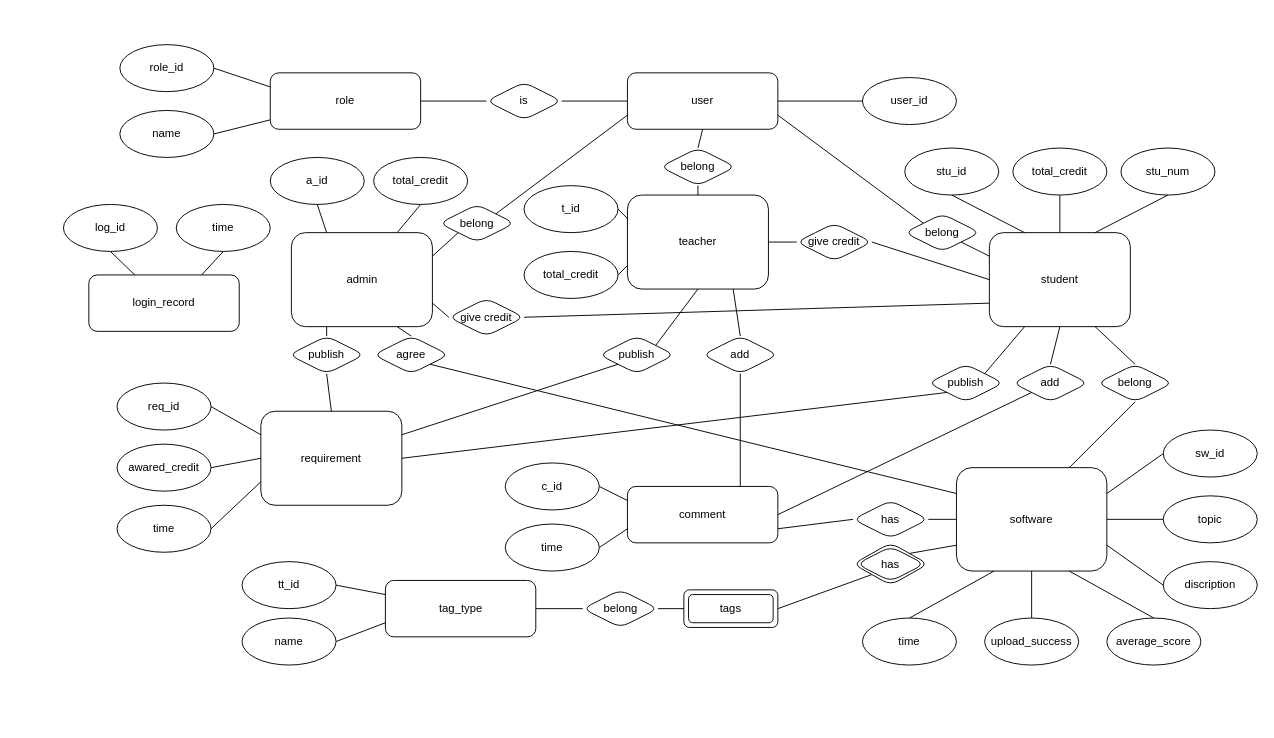
The draw.io diagram ER_Model.drawio in Anna0131/Software-Collections, before the edit. Source tidied: cells renumbered, new cells numbered last; positions are measured from the earlier drawing's top-left corner, leaving out a move shared by most shapes. Both pictures are drawn from the tidied source at 94%, with x=0, y=0 at pixel (63, 44).
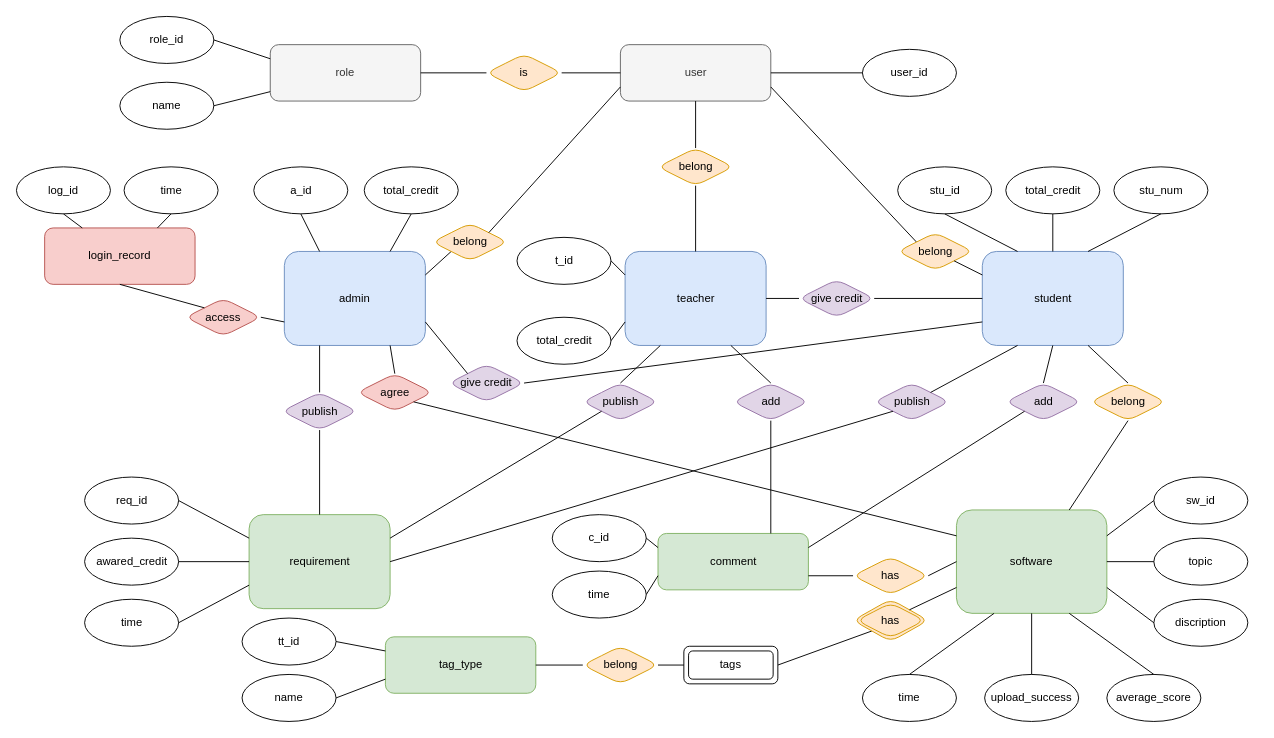
The same page after the edit.

The edit, as a diff of the source:
```diff
@@
-    <mxCell id="2" value="role" style="rounded=1;whiteSpace=wrap;html=1;" parent="1" vertex="1">
-      <mxGeometry x="220" y="30" width="160" height="60" as="geometry" />
+    <mxCell id="2" value="role" style="rounded=1;whiteSpace=wrap;html=1;fillColor=#f5f5f5;strokeColor=#666666;fontColor=#333333;" parent="1" vertex="1">
+      <mxGeometry x="220" width="160" height="60" as="geometry" />
     </mxCell>
     <mxCell id="3" value="role_id" style="ellipse;whiteSpace=wrap;html=1;rounded=1;" parent="1" vertex="1">
-      <mxGeometry x="60" width="100" height="50" as="geometry" />
+      <mxGeometry x="60" y="-30" width="100" height="50" as="geometry" />
     </mxCell>
     <mxCell id="4" value="name" style="ellipse;whiteSpace=wrap;html=1;rounded=1;" parent="1" vertex="1">
-      <mxGeometry x="60" y="70" width="100" height="50" as="geometry" />
+      <mxGeometry x="60" y="40" width="100" height="50" as="geometry" />
     </mxCell>
@@
-    <mxCell id="7" value="user" style="rounded=1;whiteSpace=wrap;html=1;" parent="1" vertex="1">
-      <mxGeometry x="600" y="30" width="160" height="60" as="geometry" />
+    <mxCell id="7" value="user" style="rounded=1;whiteSpace=wrap;html=1;fillColor=#f5f5f5;strokeColor=#666666;fontColor=#333333;" parent="1" vertex="1">
+      <mxGeometry x="592.5" width="160" height="60" as="geometry" />
     </mxCell>
     <mxCell id="8" value="user_id" style="ellipse;whiteSpace=wrap;html=1;rounded=1;" parent="1" vertex="1">
-      <mxGeometry x="850" y="35" width="100" height="50" as="geometry" />
+      <mxGeometry x="850" y="5" width="100" height="50" as="geometry" />
     </mxCell>
-    <mxCell id="9" value="is" style="shape=rhombus;perimeter=rhombusPerimeter;whiteSpace=wrap;html=1;align=center;rounded=1;" parent="1" vertex="1">
-      <mxGeometry x="450" y="40" width="80" height="40" as="geometry" />
+    <mxCell id="9" value="is" style="shape=rhombus;perimeter=rhombusPerimeter;whiteSpace=wrap;html=1;align=center;rounded=1;fillColor=#ffe6cc;strokeColor=#d79b00;" parent="1" vertex="1">
+      <mxGeometry x="450" y="10" width="80" height="40" as="geometry" />
     </mxCell>
@@
-    <mxCell id="12" value="teacher" style="rounded=1;whiteSpace=wrap;html=1;" parent="1" vertex="1">
-      <mxGeometry x="600" y="160" width="150" height="100" as="geometry" />
+    <mxCell id="12" value="teacher" style="rounded=1;whiteSpace=wrap;html=1;fillColor=#dae8fc;strokeColor=#6c8ebf;" parent="1" vertex="1">
+      <mxGeometry x="597.5" y="220" width="150" height="100" as="geometry" />
     </mxCell>
     <mxCell id="13" value="total_credit" style="ellipse;whiteSpace=wrap;html=1;rounded=1;" parent="1" vertex="1">
-      <mxGeometry x="490" y="220" width="100" height="50" as="geometry" />
+      <mxGeometry x="482.5" y="290" width="100" height="50" as="geometry" />
     </mxCell>
@@
     <mxCell id="15" value="t_id" style="ellipse;whiteSpace=wrap;html=1;rounded=1;" parent="1" vertex="1">
-      <mxGeometry x="490" y="150" width="100" height="50" as="geometry" />
+      <mxGeometry x="482.5" y="205" width="100" height="50" as="geometry" />
     </mxCell>
@@
-    <mxCell id="17" value="admin" style="rounded=1;whiteSpace=wrap;html=1;" parent="1" vertex="1">
-      <mxGeometry x="242.5" y="200" width="150" height="100" as="geometry" />
+    <mxCell id="17" value="admin" style="rounded=1;whiteSpace=wrap;html=1;fillColor=#dae8fc;strokeColor=#6c8ebf;" parent="1" vertex="1">
+      <mxGeometry x="235" y="220" width="150" height="100" as="geometry" />
     </mxCell>
     <mxCell id="18" value="total_credit" style="ellipse;whiteSpace=wrap;html=1;rounded=1;" parent="1" vertex="1">
-      <mxGeometry x="330" y="120" width="100" height="50" as="geometry" />
+      <mxGeometry x="320" y="130" width="100" height="50" as="geometry" />
     </mxCell>
@@
     <mxCell id="20" value="a_id" style="ellipse;whiteSpace=wrap;html=1;rounded=1;" parent="1" vertex="1">
-      <mxGeometry x="220" y="120" width="100" height="50" as="geometry" />
+      <mxGeometry x="202.5" y="130" width="100" height="50" as="geometry" />
     </mxCell>
@@
-    <mxCell id="22" value="student" style="rounded=1;whiteSpace=wrap;html=1;" parent="1" vertex="1">
-      <mxGeometry x="985" y="200" width="150" height="100" as="geometry" />
+    <mxCell id="22" value="student" style="rounded=1;whiteSpace=wrap;html=1;fillColor=#dae8fc;strokeColor=#6c8ebf;" parent="1" vertex="1">
+      <mxGeometry x="977.5" y="220" width="150" height="100" as="geometry" />
     </mxCell>
     <mxCell id="23" value="stu_num" style="ellipse;whiteSpace=wrap;html=1;rounded=1;" parent="1" vertex="1">
-      <mxGeometry x="1125" y="110" width="100" height="50" as="geometry" />
+      <mxGeometry x="1117.5" y="130" width="100" height="50" as="geometry" />
     </mxCell>
     <mxCell id="24" value="total_credit" style="ellipse;whiteSpace=wrap;html=1;rounded=1;" parent="1" vertex="1">
-      <mxGeometry x="1010" y="110" width="100" height="50" as="geometry" />
+      <mxGeometry x="1002.5" y="130" width="100" height="50" as="geometry" />
     </mxCell>
@@
     <mxCell id="27" value="stu_id" style="ellipse;whiteSpace=wrap;html=1;rounded=1;" parent="1" vertex="1">
-      <mxGeometry x="895" y="110" width="100" height="50" as="geometry" />
+      <mxGeometry x="887.5" y="130" width="100" height="50" as="geometry" />
     </mxCell>
@@
-    <mxCell id="30" value="software" style="rounded=1;whiteSpace=wrap;html=1;" parent="1" vertex="1">
-      <mxGeometry x="950" y="450" width="160" height="110" as="geometry" />
+    <mxCell id="30" value="software" style="rounded=1;whiteSpace=wrap;html=1;fillColor=#d5e8d4;strokeColor=#82b366;" parent="1" vertex="1">
+      <mxGeometry x="950" y="495" width="160" height="110" as="geometry" />
     </mxCell>
     <mxCell id="31" value="discription" style="ellipse;whiteSpace=wrap;html=1;rounded=1;" parent="1" vertex="1">
-      <mxGeometry x="1170" y="550" width="100" height="50" as="geometry" />
+      <mxGeometry x="1160" y="590" width="100" height="50" as="geometry" />
     </mxCell>
     <mxCell id="32" value="topic" style="ellipse;whiteSpace=wrap;html=1;rounded=1;" parent="1" vertex="1">
-      <mxGeometry x="1170" y="480" width="100" height="50" as="geometry" />
+      <mxGeometry x="1160" y="525" width="100" height="50" as="geometry" />
     </mxCell>
@@
     <mxCell id="35" value="sw_id" style="ellipse;whiteSpace=wrap;html=1;rounded=1;" parent="1" vertex="1">
-      <mxGeometry x="1170" y="410" width="100" height="50" as="geometry" />
+      <mxGeometry x="1160" y="460" width="100" height="50" as="geometry" />
     </mxCell>
@@
-    <mxCell id="37" value="tag_type" style="rounded=1;whiteSpace=wrap;html=1;" parent="1" vertex="1">
-      <mxGeometry x="342.5" y="570" width="160" height="60" as="geometry" />
+    <mxCell id="37" value="tag_type" style="rounded=1;whiteSpace=wrap;html=1;fillColor=#d5e8d4;strokeColor=#82b366;" parent="1" vertex="1">
+      <mxGeometry x="342.5" y="630" width="160" height="60" as="geometry" />
     </mxCell>
     <mxCell id="38" value="name" style="ellipse;whiteSpace=wrap;html=1;rounded=1;" parent="1" vertex="1">
-      <mxGeometry x="190" y="610" width="100" height="50" as="geometry" />
+      <mxGeometry x="190" y="670" width="100" height="50" as="geometry" />
     </mxCell>
@@
     <mxCell id="40" value="tt_id" style="ellipse;whiteSpace=wrap;html=1;rounded=1;" parent="1" vertex="1">
-      <mxGeometry x="190" y="550" width="100" height="50" as="geometry" />
+      <mxGeometry x="190" y="610" width="100" height="50" as="geometry" />
     </mxCell>
@@
-    <mxCell id="42" value="belong" style="shape=rhombus;perimeter=rhombusPerimeter;whiteSpace=wrap;html=1;align=center;rounded=1;" parent="1" vertex="1">
-      <mxGeometry x="1100" y="340" width="80" height="40" as="geometry" />
+    <mxCell id="42" value="belong" style="shape=rhombus;perimeter=rhombusPerimeter;whiteSpace=wrap;html=1;align=center;rounded=1;fillColor=#ffe6cc;strokeColor=#d79b00;" parent="1" vertex="1">
+      <mxGeometry x="1092.5" y="360" width="80" height="40" as="geometry" />
     </mxCell>
@@
     <mxCell id="45" value="average_score" style="ellipse;whiteSpace=wrap;html=1;rounded=1;" parent="1" vertex="1">
-      <mxGeometry x="1110" y="610" width="100" height="50" as="geometry" />
+      <mxGeometry x="1110" y="670" width="100" height="50" as="geometry" />
     </mxCell>
     <mxCell id="46" value="upload_success" style="ellipse;whiteSpace=wrap;html=1;rounded=1;" parent="1" vertex="1">
-      <mxGeometry x="980" y="610" width="100" height="50" as="geometry" />
+      <mxGeometry x="980" y="670" width="100" height="50" as="geometry" />
     </mxCell>
     <mxCell id="47" value="time" style="ellipse;whiteSpace=wrap;html=1;rounded=1;" parent="1" vertex="1">
-      <mxGeometry x="850" y="610" width="100" height="50" as="geometry" />
+      <mxGeometry x="850" y="670" width="100" height="50" as="geometry" />
     </mxCell>
@@
     <mxCell id="52" value="tags" style="shape=ext;margin=3;double=1;whiteSpace=wrap;html=1;align=center;rounded=1;" parent="1" vertex="1">
-      <mxGeometry x="660" y="580" width="100" height="40" as="geometry" />
+      <mxGeometry x="660" y="640" width="100" height="40" as="geometry" />
     </mxCell>
@@
-    <mxCell id="56" value="belong" style="shape=rhombus;perimeter=rhombusPerimeter;whiteSpace=wrap;html=1;align=center;rounded=1;" parent="1" vertex="1">
-      <mxGeometry x="895" y="180" width="80" height="40" as="geometry" />
+    <mxCell id="56" value="belong" style="shape=rhombus;perimeter=rhombusPerimeter;whiteSpace=wrap;html=1;align=center;rounded=1;fillColor=#ffe6cc;strokeColor=#d79b00;" parent="1" vertex="1">
+      <mxGeometry x="887.5" y="200" width="80" height="40" as="geometry" />
     </mxCell>
@@
-    <mxCell id="58" value="belong" style="shape=rhombus;perimeter=rhombusPerimeter;whiteSpace=wrap;html=1;align=center;rounded=1;" parent="1" vertex="1">
-      <mxGeometry x="400" y="170" width="80" height="40" as="geometry" />
+    <mxCell id="58" value="belong" style="shape=rhombus;perimeter=rhombusPerimeter;whiteSpace=wrap;html=1;align=center;rounded=1;fillColor=#ffe6cc;strokeColor=#d79b00;" parent="1" vertex="1">
+      <mxGeometry x="392.5" y="190" width="80" height="40" as="geometry" />
     </mxCell>
@@
-    <mxCell id="60" value="comment" style="rounded=1;whiteSpace=wrap;html=1;" parent="1" vertex="1">
-      <mxGeometry x="600" y="470" width="160" height="60" as="geometry" />
+    <mxCell id="60" value="comment" style="rounded=1;whiteSpace=wrap;html=1;fillColor=#d5e8d4;strokeColor=#82b366;" parent="1" vertex="1">
+      <mxGeometry x="632.5" y="520" width="160" height="60" as="geometry" />
     </mxCell>
     <mxCell id="61" value="time" style="ellipse;whiteSpace=wrap;html=1;rounded=1;" parent="1" vertex="1">
-      <mxGeometry x="470" y="510" width="100" height="50" as="geometry" />
+      <mxGeometry x="520" y="560" width="100" height="50" as="geometry" />
     </mxCell>
@@
     <mxCell id="63" value="c_id" style="ellipse;whiteSpace=wrap;html=1;rounded=1;" parent="1" vertex="1">
-      <mxGeometry x="470" y="445" width="100" height="50" as="geometry" />
+      <mxGeometry x="520" y="500" width="100" height="50" as="geometry" />
     </mxCell>
@@
-    <mxCell id="66" value="has" style="shape=rhombus;perimeter=rhombusPerimeter;whiteSpace=wrap;html=1;align=center;rounded=1;" parent="1" vertex="1">
-      <mxGeometry x="840" y="485" width="80" height="40" as="geometry" />
+    <mxCell id="66" value="has" style="shape=rhombus;perimeter=rhombusPerimeter;whiteSpace=wrap;html=1;align=center;rounded=1;fillColor=#ffe6cc;strokeColor=#d79b00;" parent="1" vertex="1">
+      <mxGeometry x="840" y="545" width="80" height="40" as="geometry" />
     </mxCell>
@@
     <mxCell id="68" style="endArrow=none;html=1;rounded=0;exitX=0.5;exitY=0;exitDx=0;exitDy=0;" parent="1" edge="1" source="69">
       <mxGeometry relative="1" as="geometry">
-        <mxPoint x="1060" y="300" as="targetPoint" />
+        <mxPoint x="1052.5" y="320" as="targetPoint" />
       </mxGeometry>
     </mxCell>
-    <mxCell id="69" value="add" style="shape=rhombus;perimeter=rhombusPerimeter;whiteSpace=wrap;html=1;align=center;rounded=1;" parent="1" vertex="1">
-      <mxGeometry x="1010" y="340" width="80" height="40" as="geometry" />
+    <mxCell id="69" value="add" style="shape=rhombus;perimeter=rhombusPerimeter;whiteSpace=wrap;html=1;align=center;rounded=1;fillColor=#e1d5e7;strokeColor=#9673a6;" parent="1" vertex="1">
+      <mxGeometry x="1002.5" y="360" width="80" height="40" as="geometry" />
     </mxCell>
-    <mxCell id="70" value="add" style="shape=rhombus;perimeter=rhombusPerimeter;whiteSpace=wrap;html=1;align=center;rounded=1;" parent="1" vertex="1">
-      <mxGeometry x="680" y="310" width="80" height="40" as="geometry" />
+    <mxCell id="70" value="add" style="shape=rhombus;perimeter=rhombusPerimeter;whiteSpace=wrap;html=1;align=center;rounded=1;fillColor=#e1d5e7;strokeColor=#9673a6;" parent="1" vertex="1">
+      <mxGeometry x="712.5" y="360" width="80" height="40" as="geometry" />
     </mxCell>
-    <mxCell id="71" style="endArrow=none;html=1;rounded=0;exitX=1;exitY=0.5;exitDx=0;exitDy=0;entryX=0;entryY=1;entryDx=0;entryDy=0;" parent="1" edge="1" source="60" target="69">
+    <mxCell id="71" style="endArrow=none;html=1;rounded=0;exitX=1;exitY=0.25;exitDx=0;exitDy=0;entryX=0;entryY=1;entryDx=0;entryDy=0;" parent="1" edge="1" source="60" target="69">
       <mxGeometry relative="1" as="geometry" />
     </mxCell>
@@
-    <mxCell id="74" value="requirement" style="rounded=1;whiteSpace=wrap;html=1;" parent="1" vertex="1">
-      <mxGeometry x="210" y="390" width="150" height="100" as="geometry" />
+    <mxCell id="74" value="requirement" style="rounded=1;whiteSpace=wrap;html=1;fillColor=#d5e8d4;strokeColor=#82b366;" parent="1" vertex="1">
+      <mxGeometry x="197.5" y="500" width="150" height="100" as="geometry" />
     </mxCell>
     <mxCell id="75" value="awared_credit" style="ellipse;whiteSpace=wrap;html=1;rounded=1;" parent="1" vertex="1">
-      <mxGeometry x="57" y="425" width="100" height="50" as="geometry" />
+      <mxGeometry x="22.5" y="525" width="100" height="50" as="geometry" />
     </mxCell>
     <mxCell id="76" value="time" style="ellipse;whiteSpace=wrap;html=1;rounded=1;" parent="1" vertex="1">
-      <mxGeometry x="57" y="490" width="100" height="50" as="geometry" />
+      <mxGeometry x="22.5" y="590" width="100" height="50" as="geometry" />
     </mxCell>
@@
     <mxCell id="79" value="req_id" style="ellipse;whiteSpace=wrap;html=1;rounded=1;" parent="1" vertex="1">
-      <mxGeometry x="57" y="360" width="100" height="50" as="geometry" />
+      <mxGeometry x="22.5" y="460" width="100" height="50" as="geometry" />
     </mxCell>
@@
-    <mxCell id="81" value="publish" style="shape=rhombus;perimeter=rhombusPerimeter;whiteSpace=wrap;html=1;align=center;rounded=1;" parent="1" vertex="1">
-      <mxGeometry x="240" y="310" width="80" height="40" as="geometry" />
+    <mxCell id="81" value="publish" style="shape=rhombus;perimeter=rhombusPerimeter;whiteSpace=wrap;html=1;align=center;rounded=1;fillColor=#e1d5e7;strokeColor=#9673a6;" parent="1" vertex="1">
+      <mxGeometry x="232.5" y="370" width="80" height="40" as="geometry" />
     </mxCell>
@@
-    <mxCell id="83" value="publish" style="shape=rhombus;perimeter=rhombusPerimeter;whiteSpace=wrap;html=1;align=center;rounded=1;" parent="1" vertex="1">
-      <mxGeometry x="570" y="310" width="80" height="40" as="geometry" />
+    <mxCell id="83" value="publish" style="shape=rhombus;perimeter=rhombusPerimeter;whiteSpace=wrap;html=1;align=center;rounded=1;fillColor=#e1d5e7;strokeColor=#9673a6;" parent="1" vertex="1">
+      <mxGeometry x="552.5" y="360" width="80" height="40" as="geometry" />
     </mxCell>
@@
-    <mxCell id="85" style="endArrow=none;html=1;rounded=0;exitX=1;exitY=0;exitDx=0;exitDy=0;entryX=0.5;entryY=1;entryDx=0;entryDy=0;" parent="1" edge="1" source="83" target="12">
+    <mxCell id="85" style="endArrow=none;html=1;rounded=0;exitX=0.5;exitY=0;exitDx=0;exitDy=0;entryX=0.25;entryY=1;entryDx=0;entryDy=0;" parent="1" edge="1" source="83" target="12">
       <mxGeometry relative="1" as="geometry" />
     </mxCell>
@@
-    <mxCell id="87" value="publish" style="shape=rhombus;perimeter=rhombusPerimeter;whiteSpace=wrap;html=1;align=center;rounded=1;" parent="1" vertex="1">
-      <mxGeometry x="920" y="340" width="80" height="40" as="geometry" />
+    <mxCell id="87" value="publish" style="shape=rhombus;perimeter=rhombusPerimeter;whiteSpace=wrap;html=1;align=center;rounded=1;fillColor=#e1d5e7;strokeColor=#9673a6;" parent="1" vertex="1">
+      <mxGeometry x="862.5" y="360" width="80" height="40" as="geometry" />
     </mxCell>
@@
-    <mxCell id="92" value="belong" style="shape=rhombus;perimeter=rhombusPerimeter;whiteSpace=wrap;html=1;align=center;rounded=1;" parent="1" vertex="1">
-      <mxGeometry x="635" y="110" width="80" height="40" as="geometry" />
+    <mxCell id="92" value="belong" style="shape=rhombus;perimeter=rhombusPerimeter;whiteSpace=wrap;html=1;align=center;rounded=1;fillColor=#ffe6cc;strokeColor=#d79b00;" parent="1" vertex="1">
+      <mxGeometry x="632.5" y="110" width="80" height="40" as="geometry" />
     </mxCell>
-    <mxCell id="93" value="agree" style="shape=rhombus;perimeter=rhombusPerimeter;whiteSpace=wrap;html=1;align=center;rounded=1;" parent="1" vertex="1">
-      <mxGeometry x="330" y="310" width="80" height="40" as="geometry" />
+    <mxCell id="93" value="agree" style="shape=rhombus;perimeter=rhombusPerimeter;whiteSpace=wrap;html=1;align=center;rounded=1;fillColor=#f8cecc;strokeColor=#b85450;" parent="1" vertex="1">
+      <mxGeometry x="312.5" y="350" width="80" height="40" as="geometry" />
     </mxCell>
@@
-    <mxCell id="95" value="has" style="shape=rhombus;double=1;perimeter=rhombusPerimeter;whiteSpace=wrap;html=1;align=center;rounded=1;" parent="1" vertex="1">
-      <mxGeometry x="840" y="530" width="80" height="45" as="geometry" />
+    <mxCell id="95" value="has" style="shape=rhombus;double=1;perimeter=rhombusPerimeter;whiteSpace=wrap;html=1;align=center;rounded=1;fillColor=#ffe6cc;strokeColor=#d79b00;" parent="1" vertex="1">
+      <mxGeometry x="840" y="590" width="80" height="45" as="geometry" />
     </mxCell>
@@
-    <mxCell id="97" value="belong" style="shape=rhombus;perimeter=rhombusPerimeter;whiteSpace=wrap;html=1;align=center;rounded=1;" parent="1" vertex="1">
-      <mxGeometry x="552.5" y="580" width="80" height="40" as="geometry" />
+    <mxCell id="97" value="belong" style="shape=rhombus;perimeter=rhombusPerimeter;whiteSpace=wrap;html=1;align=center;rounded=1;fillColor=#ffe6cc;strokeColor=#d79b00;" parent="1" vertex="1">
+      <mxGeometry x="552.5" y="640" width="80" height="40" as="geometry" />
     </mxCell>
@@
-    <mxCell id="101" value="login_record" style="rounded=1;whiteSpace=wrap;html=1;" parent="1" vertex="1">
-      <mxGeometry x="27" y="245" width="160" height="60" as="geometry" />
+    <mxCell id="101" value="login_record" style="rounded=1;whiteSpace=wrap;html=1;fillColor=#f8cecc;strokeColor=#b85450;" parent="1" vertex="1">
+      <mxGeometry x="-20" y="195" width="160" height="60" as="geometry" />
     </mxCell>
     <mxCell id="102" value="time" style="ellipse;whiteSpace=wrap;html=1;rounded=1;" parent="1" vertex="1">
-      <mxGeometry x="120" y="170" width="100" height="50" as="geometry" />
+      <mxGeometry x="64.5" y="130" width="100" height="50" as="geometry" />
     </mxCell>
     <mxCell id="103" value="log_id" style="ellipse;whiteSpace=wrap;html=1;rounded=1;" parent="1" vertex="1">
-      <mxGeometry y="170" width="100" height="50" as="geometry" />
+      <mxGeometry x="-50" y="130" width="100" height="50" as="geometry" />
     </mxCell>
@@
-    <mxCell id="105" value="give credit" style="shape=rhombus;perimeter=rhombusPerimeter;whiteSpace=wrap;html=1;align=center;rounded=1;" parent="1" vertex="1">
-      <mxGeometry x="780" y="190" width="80" height="40" as="geometry" />
+    <mxCell id="105" value="give credit" style="shape=rhombus;perimeter=rhombusPerimeter;whiteSpace=wrap;html=1;align=center;rounded=1;fillColor=#e1d5e7;strokeColor=#9673a6;" parent="1" vertex="1">
+      <mxGeometry x="782.5" y="250" width="80" height="40" as="geometry" />
     </mxCell>
-    <mxCell id="106" value="give credit" style="shape=rhombus;perimeter=rhombusPerimeter;whiteSpace=wrap;html=1;align=center;rounded=1;" parent="1" vertex="1">
-      <mxGeometry x="410" y="270" width="80" height="40" as="geometry" />
+    <mxCell id="106" value="give credit" style="shape=rhombus;perimeter=rhombusPerimeter;whiteSpace=wrap;html=1;align=center;rounded=1;fillColor=#e1d5e7;strokeColor=#9673a6;" parent="1" vertex="1">
+      <mxGeometry x="410" y="340" width="80" height="40" as="geometry" />
     </mxCell>
-    <mxCell id="107" style="endArrow=none;html=1;rounded=1;exitX=0;exitY=0.5;exitDx=0;exitDy=0;entryX=1;entryY=0.75;entryDx=0;entryDy=0;" parent="1" edge="1" source="106" target="17">
+    <mxCell id="107" style="endArrow=none;html=1;rounded=1;exitX=0;exitY=0;exitDx=0;exitDy=0;entryX=1;entryY=0.75;entryDx=0;entryDy=0;" parent="1" edge="1" source="106" target="17">
       <mxGeometry relative="1" as="geometry" />
     </mxCell>
@@
+    <mxCell id="112" value="access" style="shape=rhombus;perimeter=rhombusPerimeter;whiteSpace=wrap;html=1;align=center;rounded=1;fillColor=#f8cecc;strokeColor=#b85450;" parent="1" vertex="1">
+      <mxGeometry x="130" y="270" width="80" height="40" as="geometry" />
+    </mxCell>
+    <mxCell id="113" style="endArrow=none;html=1;rounded=1;exitX=0;exitY=0;exitDx=0;exitDy=0;entryX=0.5;entryY=1;entryDx=0;entryDy=0;" parent="1" edge="1" source="112" target="101">
+      <mxGeometry relative="1" as="geometry" />
+    </mxCell>
+    <mxCell id="114" style="endArrow=none;html=1;rounded=1;exitX=0;exitY=0.75;exitDx=0;exitDy=0;entryX=1;entryY=0.5;entryDx=0;entryDy=0;" parent="1" edge="1" source="17" target="112">
+      <mxGeometry relative="1" as="geometry" />
+    </mxCell>
```
